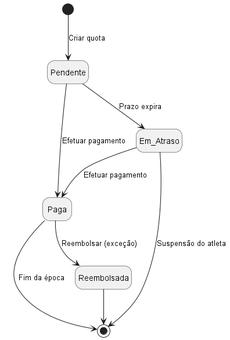
This is Relatorio/RelatorioFinal/images/maquina_estados_quota.png from MartiGames8899/LI4, a PlantUML export, as it was before one commit.
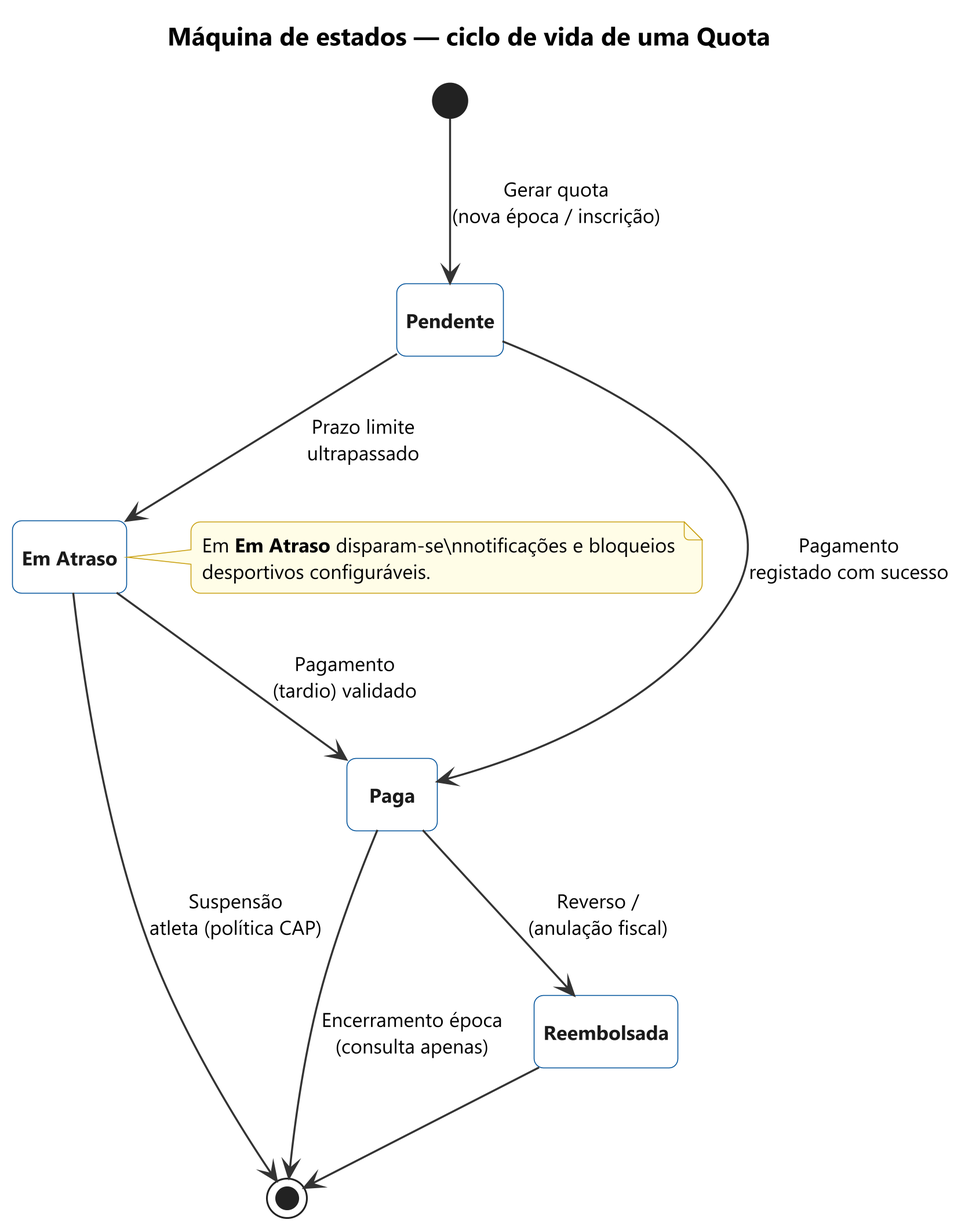
Above is the later version.

Diff of the diagram source:
```diff
@@ -1,20 +1,31 @@
 @startuml maquina_estados_quota
+!include _cap_skin.puml
 
-skinparam monochrome true
-skinparam shadowing false
+title Máquina de estados — ciclo de vida de uma **Quota**
+
+skinparam StateFontStyle bold
 hide empty description
 
-[*] --> Pendente : Criar quota
+state "Pendente" as Pendente
+state "Em Atraso" as Atraso
+state "Paga" as Paga
+state "Reembolsada" as Reemb
 
-Pendente --> Paga : Efetuar pagamento
-Pendente --> Em_Atraso : Prazo expira
+[*] --> Pendente : Gerar quota\n(nova época / inscrição)
 
-Em_Atraso --> Paga : Efetuar pagamento
-Em_Atraso --> [*] : Suspensão do atleta
+Pendente --> Paga : Pagamento\nregistado com sucesso
+Pendente --> Atraso : Prazo limite\nultrapassado
 
-Paga --> Reembolsada : Reembolsar (exceção)
-Paga --> [*] : Fim da época
+Atraso --> Paga : Pagamento\n(tardio) validado
+Atraso --> [*] : Suspensão\natleta (política CAP)
 
-Reembolsada --> [*]
+Paga --> Reemb : Reverso /\n(anulação fiscal)
+Reemb --> [*]
+Paga --> [*] : Encerramento época\n(consulta apenas)
+
+note right of Atraso
+  Em **Em Atraso** disparam‑se\nnotificações e bloqueios
+  desportivos configuráveis.
+end note
 
 @enduml
```
